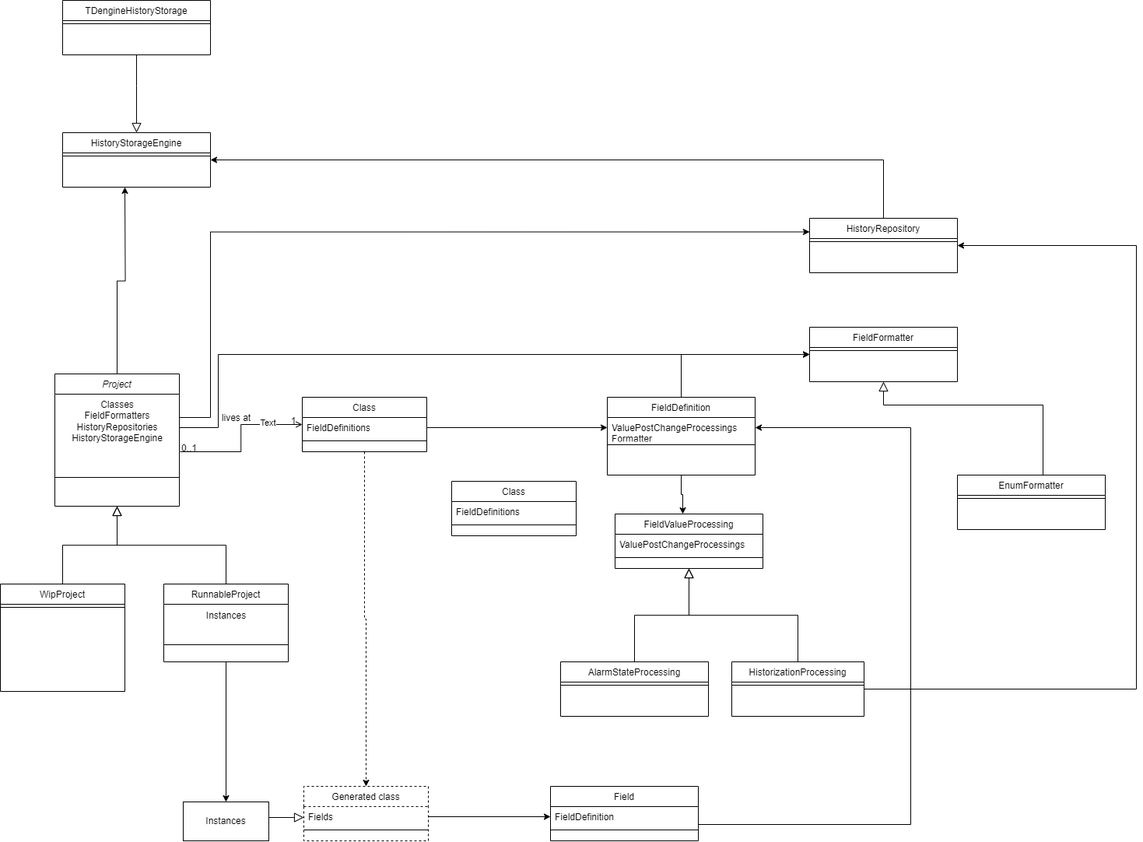
The draw.io diagram drawings/Structure.drawio.png in PVanack/pva.SuperV, before a commit. Source tidied: cells renumbered, new cells last; positions are measured from the earlier drawing's top-left corner, leaving out a move shared by most shapes.
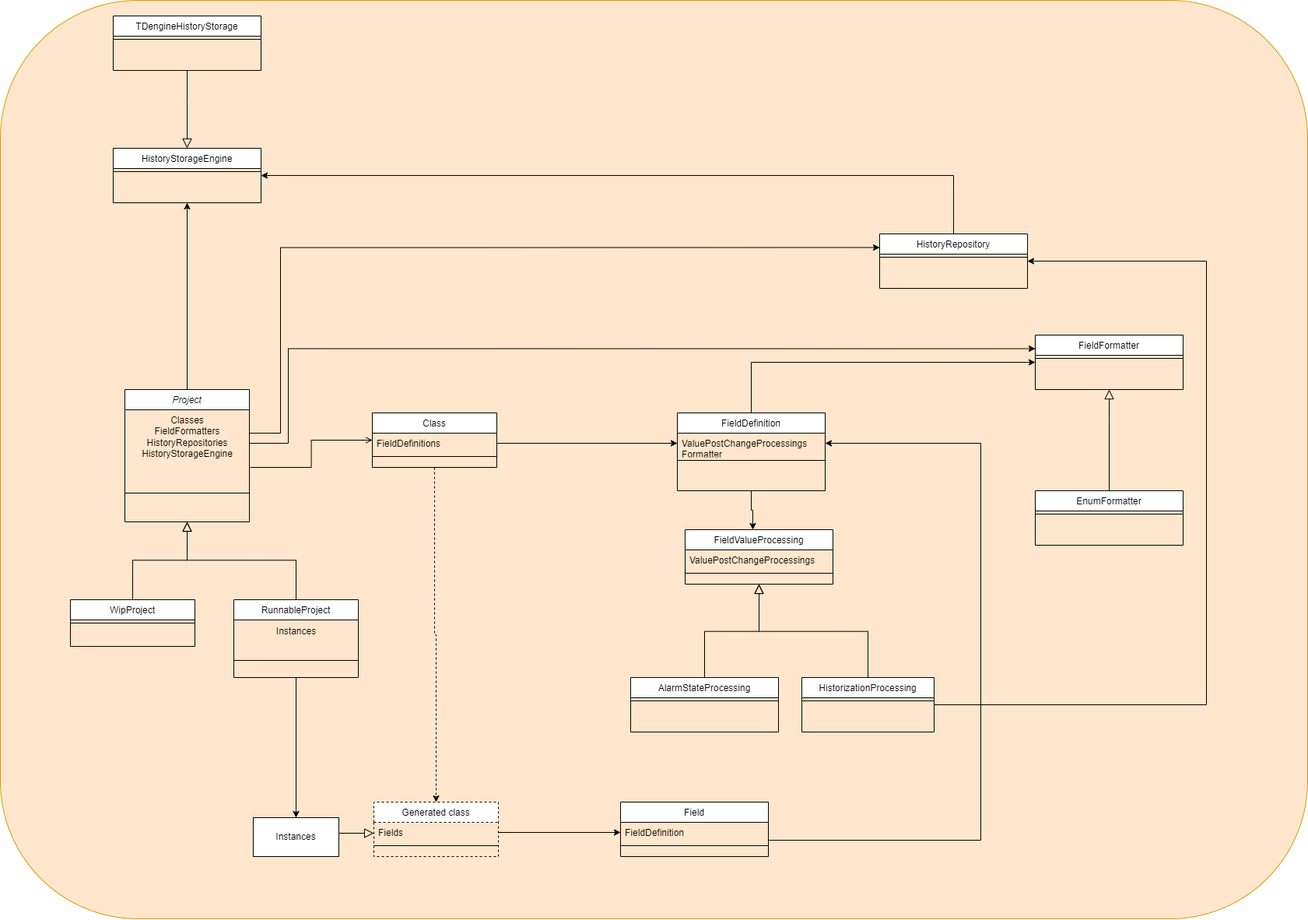
Above is the later version.

Diff of the diagram source:
```diff
@@ -2,18 +2,19 @@
   <root>
     <mxCell id="0" />
     <mxCell id="1" parent="0" />
+    <mxCell id="67" style="rounded=1;whiteSpace=wrap;html=1;fillColor=#ffe6cc;strokeColor=#d79b00;" parent="1" vertex="1">
+      <mxGeometry x="-90" y="-20" width="1680" height="1180" as="geometry" />
+    </mxCell>
-    <mxCell id="2" style="edgeStyle=orthogonalEdgeStyle;rounded=0;jettySize=auto;html=1;entryX=0;entryY=0.5;entryDx=0;entryDy=0;" parent="1" edge="1" source="4" target="52">
+    <mxCell id="2" style="edgeStyle=orthogonalEdgeStyle;rounded=0;jettySize=auto;html=1;entryX=0;entryY=0.25;entryDx=0;entryDy=0;" parent="1" edge="1" source="4" target="52">
       <mxGeometry relative="1" as="geometry">
         <Array as="points">
           <mxPoint x="280" y="549" />
-          <mxPoint x="280" y="455" />
+          <mxPoint x="280" y="428" />
         </Array>
       </mxGeometry>
     </mxCell>
-    <mxCell id="3" style="edgeStyle=orthogonalEdgeStyle;rounded=0;jettySize=auto;html=1;" parent="1" edge="1" source="4">
-      <mxGeometry relative="1" as="geometry">
-        <mxPoint x="160" y="240" as="targetPoint" />
-      </mxGeometry>
+    <mxCell id="3" style="edgeStyle=orthogonalEdgeStyle;rounded=0;jettySize=auto;html=1;entryX=0.5;entryY=1;entryDx=0;entryDy=0;" parent="1" edge="1" source="4" target="62">
+      <mxGeometry relative="1" as="geometry" />
     </mxCell>
     <mxCell id="4" value="Project" style="swimlane;fontStyle=2;align=center;verticalAlign=top;horizontal=1;startSize=26;rounded=0;shadow=0;strokeWidth=1;" parent="1" vertex="1">
       <mxGeometry x="70" y="480" width="160" height="170" as="geometry" />
@@ -25,7 +26,7 @@
       <mxGeometry y="96" width="160" height="74" as="geometry" />
     </mxCell>
     <mxCell id="7" value="WipProject" style="swimlane;fontStyle=0;align=center;verticalAlign=top;horizontal=1;startSize=26;rounded=0;shadow=0;strokeWidth=1;" parent="1" vertex="1">
-      <mxGeometry y="750" width="160" height="138" as="geometry" />
+      <mxGeometry y="750" width="160" height="60" as="geometry" />
     </mxCell>
     <mxCell id="8" style="line;html=1;strokeWidth=1;align=left;verticalAlign=middle;spacingTop=-1;spacingLeft=3;spacingRight=3;labelPosition=right;" parent="7" vertex="1">
       <mxGeometry y="26" width="160" height="8" as="geometry" />
@@ -66,24 +67,6 @@
         <mxPoint x="-40" y="32" as="offset" />
       </mxGeometry>
     </mxCell>
-    <mxCell id="20" value="0..1" style="align=left;verticalAlign=bottom;labelBackgroundColor=none;fontSize=12;" parent="19" vertex="1">
-      <mxGeometry x="-1" relative="1" as="geometry">
-        <mxPoint y="4" as="offset" />
-      </mxGeometry>
-    </mxCell>
-    <mxCell id="21" value="1" style="align=right;verticalAlign=bottom;labelBackgroundColor=none;fontSize=12;" parent="19" vertex="1">
-      <mxGeometry x="1" relative="1" as="geometry">
-        <mxPoint x="-7" y="4" as="offset" />
-      </mxGeometry>
-    </mxCell>
-    <mxCell id="22" value="lives at" style="text;html=1;align=center;verticalAlign=middle;labelBackgroundColor=none;rounded=0;shadow=0;strokeWidth=1;fontSize=12;" parent="19" vertex="1">
-      <mxGeometry x="0.5" y="49" relative="1" as="geometry">
-        <mxPoint x="-38" y="40" as="offset" />
-      </mxGeometry>
-    </mxCell>
-    <mxCell id="23" value="Text" style="edgeLabel;html=1;align=center;verticalAlign=middle;" parent="19" vertex="1">
-      <mxGeometry x="0.54" y="3" relative="1" as="geometry" />
-    </mxCell>
     <mxCell id="24" value="FieldDefinition" style="swimlane;fontStyle=0;align=center;verticalAlign=top;horizontal=1;startSize=26;rounded=0;shadow=0;strokeWidth=1;" parent="1" vertex="1">
       <mxGeometry x="780" y="510" width="190" height="100" as="geometry" />
     </mxCell>
@@ -174,28 +157,19 @@
     <mxCell id="48" style="edgeStyle=orthogonalEdgeStyle;rounded=0;jettySize=auto;html=1;entryX=0;entryY=0.5;entryDx=0;entryDy=0;" parent="1" edge="1" source="42" target="46">
       <mxGeometry relative="1" as="geometry" />
     </mxCell>
-    <mxCell id="49" value="Class" style="swimlane;fontStyle=0;align=center;verticalAlign=top;horizontal=1;startSize=26;rounded=0;shadow=0;strokeWidth=1;" parent="1" vertex="1">
-      <mxGeometry x="580" y="618" width="160" height="70" as="geometry" />
-    </mxCell>
-    <mxCell id="50" value="FieldDefinitions" style="text;align=left;verticalAlign=top;spacingLeft=4;spacingRight=4;overflow=hidden;" parent="49" vertex="1">
-      <mxGeometry y="26" width="160" height="26" as="geometry" />
-    </mxCell>
-    <mxCell id="51" style="line;html=1;strokeWidth=1;align=left;verticalAlign=middle;spacingTop=-1;spacingLeft=3;spacingRight=3;labelPosition=right;" parent="49" vertex="1">
-      <mxGeometry y="52" width="160" height="8" as="geometry" />
-    </mxCell>
     <mxCell id="52" value="FieldFormatter" style="swimlane;fontStyle=0;align=center;verticalAlign=top;horizontal=1;startSize=26;rounded=0;shadow=0;strokeWidth=1;" parent="1" vertex="1">
-      <mxGeometry x="1040" y="420" width="190" height="70" as="geometry" />
+      <mxGeometry x="1240" y="410" width="190" height="70" as="geometry" />
     </mxCell>
     <mxCell id="53" style="line;html=1;strokeWidth=1;align=left;verticalAlign=middle;spacingTop=-1;spacingLeft=3;spacingRight=3;labelPosition=right;" parent="52" vertex="1">
       <mxGeometry y="26" width="190" height="8" as="geometry" />
     </mxCell>
     <mxCell id="54" value="EnumFormatter" style="swimlane;fontStyle=0;align=center;verticalAlign=top;horizontal=1;startSize=26;rounded=0;shadow=0;strokeWidth=1;" parent="1" vertex="1">
-      <mxGeometry x="1230" y="610" width="190" height="70" as="geometry" />
+      <mxGeometry x="1240" y="610" width="190" height="70" as="geometry" />
     </mxCell>
     <mxCell id="55" style="line;html=1;strokeWidth=1;align=left;verticalAlign=middle;spacingTop=-1;spacingLeft=3;spacingRight=3;labelPosition=right;" parent="54" vertex="1">
       <mxGeometry y="26" width="190" height="8" as="geometry" />
     </mxCell>
-    <mxCell id="56" style="endArrow=block;endSize=10;endFill=0;shadow=0;strokeWidth=1;rounded=0;curved=0;edgeStyle=elbowEdgeStyle;elbow=vertical;entryX=0.5;entryY=1;entryDx=0;entryDy=0;exitX=0.579;exitY=0;exitDx=0;exitDy=0;exitPerimeter=0;" parent="1" edge="1" source="54" target="52">
+    <mxCell id="56" style="endArrow=block;endSize=10;endFill=0;shadow=0;strokeWidth=1;rounded=0;curved=0;edgeStyle=elbowEdgeStyle;elbow=vertical;entryX=0.5;entryY=1;entryDx=0;entryDy=0;exitX=0.5;exitY=0;exitDx=0;exitDy=0;" parent="1" edge="1" source="54" target="52">
       <mxGeometry relative="1" as="geometry">
         <Array as="points">
           <mxPoint x="1240" y="520" />
@@ -223,13 +197,13 @@
       </mxGeometry>
     </mxCell>
     <mxCell id="62" value="HistoryStorageEngine" style="swimlane;fontStyle=0;align=center;verticalAlign=top;horizontal=1;startSize=26;rounded=0;shadow=0;strokeWidth=1;" parent="1" vertex="1">
-      <mxGeometry x="80" y="170" width="190" height="70" as="geometry" />
+      <mxGeometry x="55" y="170" width="190" height="70" as="geometry" />
     </mxCell>
     <mxCell id="63" style="line;html=1;strokeWidth=1;align=left;verticalAlign=middle;spacingTop=-1;spacingLeft=3;spacingRight=3;labelPosition=right;" parent="62" vertex="1">
       <mxGeometry y="26" width="190" height="8" as="geometry" />
     </mxCell>
     <mxCell id="64" value="TDengineHistoryStorage" style="swimlane;fontStyle=0;align=center;verticalAlign=top;horizontal=1;startSize=26;rounded=0;shadow=0;strokeWidth=1;" parent="1" vertex="1">
-      <mxGeometry x="80" width="190" height="70" as="geometry" />
+      <mxGeometry x="55" width="190" height="70" as="geometry" />
     </mxCell>
     <mxCell id="65" style="line;html=1;strokeWidth=1;align=left;verticalAlign=middle;spacingTop=-1;spacingLeft=3;spacingRight=3;labelPosition=right;" parent="64" vertex="1">
       <mxGeometry y="26" width="190" height="8" as="geometry" />
```
